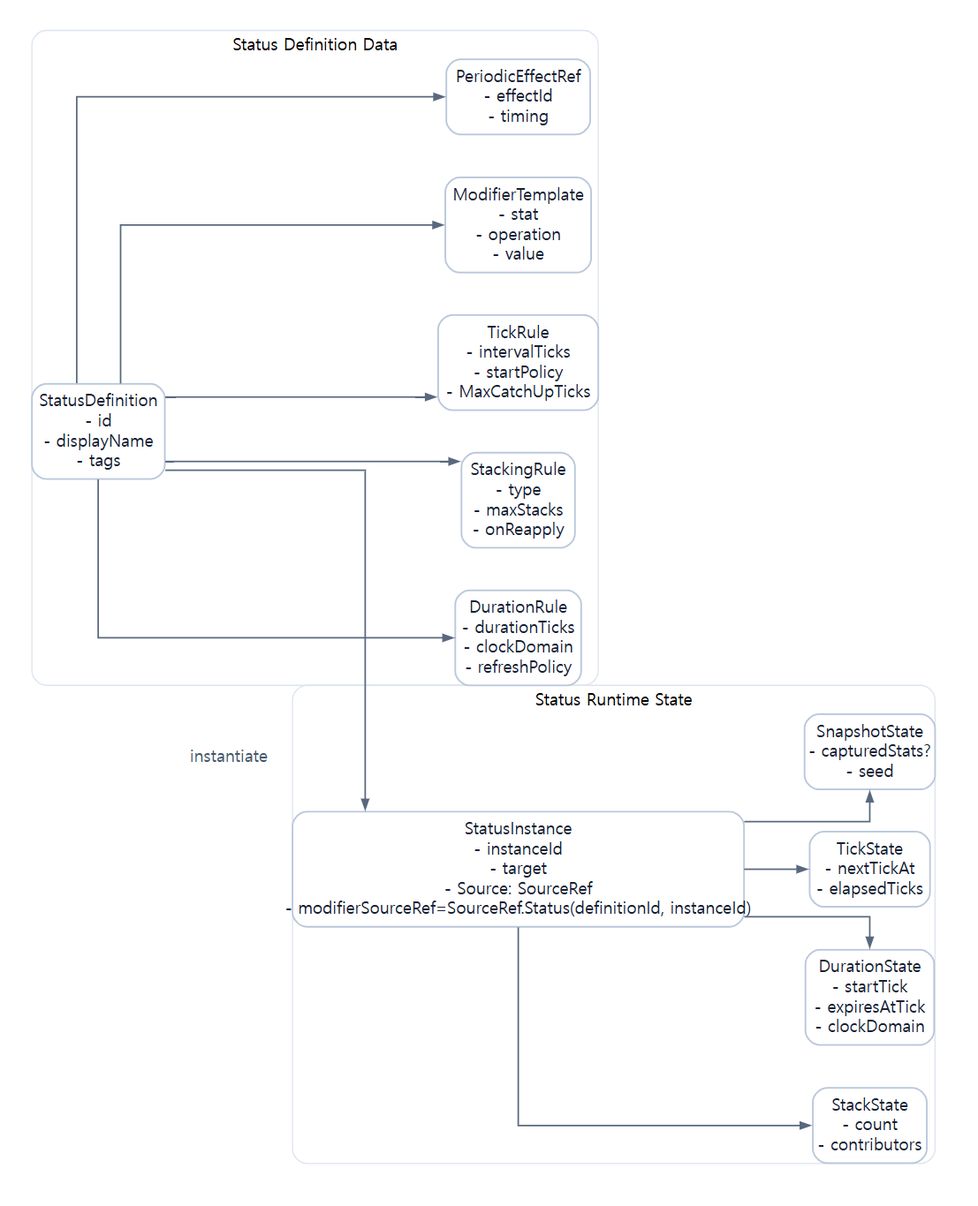
This is assets/diagrams/30_status_data_model_diagram.png from JY-LemongO/game-system-framework-knowledge-site, a Graphviz export, as it was before one commit. Its source is kept beside it as source/diagrams/30_status_data_model_diagram.dot.
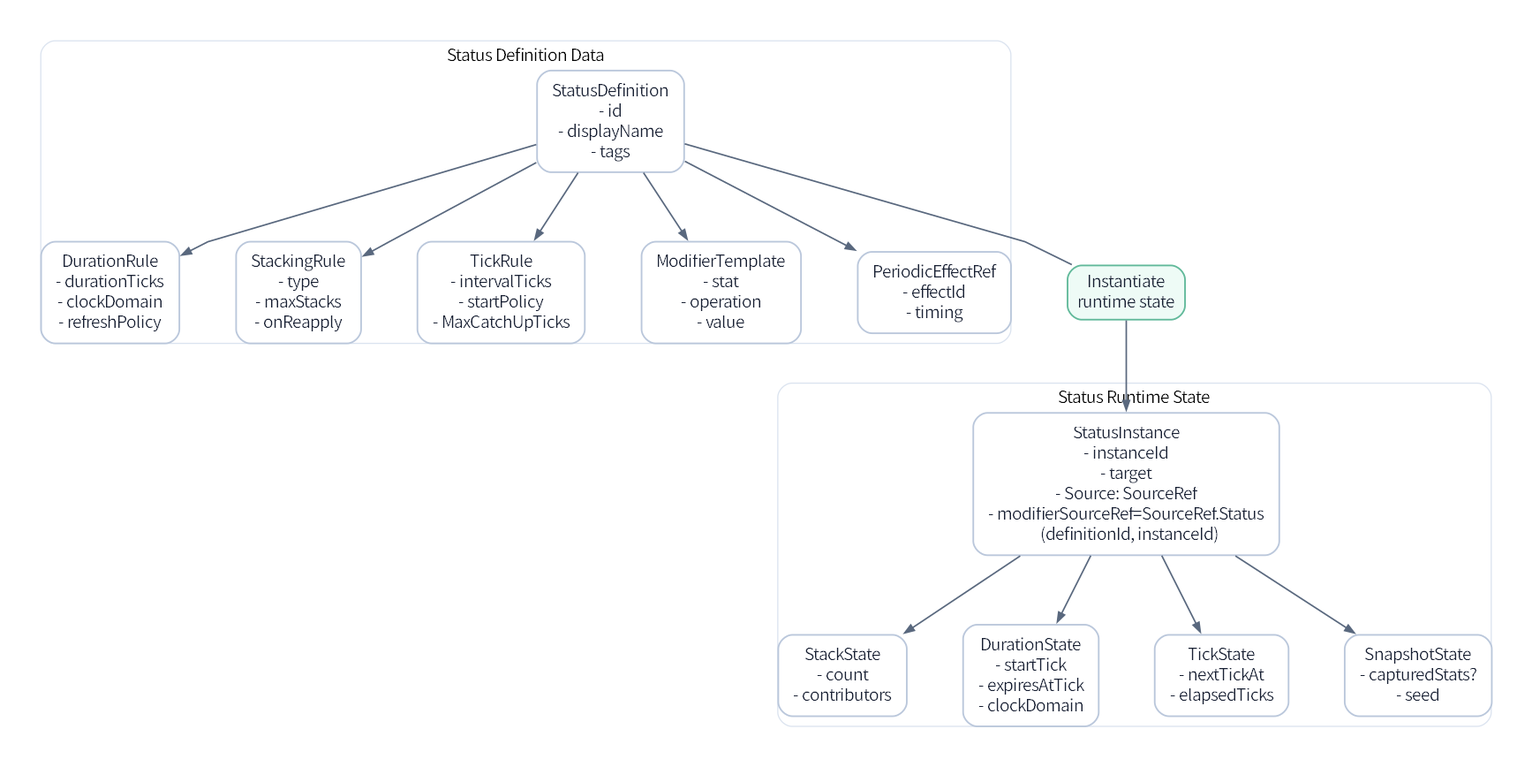
After the commit.

Diff of the diagram source:
```diff
@@ -1,8 +1,8 @@
 digraph G {
-  graph [fontname="Noto Sans CJK KR", bgcolor="#ffffff", margin=0.12, pad=0.25, ranksep=0.70, nodesep=0.50];
-  node [fontname="Noto Sans CJK KR", shape=box, style="rounded,filled", color="#bac7db", penwidth=1.4, fillcolor="#ffffff", fontcolor="#182033", margin="0.14,0.09"];
-  edge [fontname="Noto Sans CJK KR", color="#59687e", fontcolor="#46566e", arrowsize=0.8, penwidth=1.3];
-  rankdir=LR; splines=ortho;
+  graph [fontname="Noto Sans KR", bgcolor="#ffffff", margin=0.12, pad=0.25, ranksep=0.82, nodesep=0.66];
+  node [fontname="Noto Sans KR", shape=box, style="rounded,filled", color="#bac7db", penwidth=1.4, fillcolor="#ffffff", fontcolor="#182033", margin="0.18,0.12"];
+  edge [fontname="Noto Sans KR", color="#59687e", fontcolor="#46566e", arrowsize=0.8, penwidth=1.3];
+  rankdir=TB; splines=polyline;
   subgraph cluster_def { label="Status Definition Data"; color="#dbe3ef"; style="rounded";
     StatusDefinition [label="StatusDefinition
 - id
@@ -33,7 +33,8 @@
 - instanceId
 - target
 - Source: SourceRef
-- modifierSourceRef=SourceRef.Status(definitionId, instanceId)"];
+- modifierSourceRef=SourceRef.Status
+  (definitionId, instanceId)"];
     StackState [label="StackState
 - count
 - contributors"];
@@ -53,7 +54,10 @@
   StatusDefinition -> TickRule;
   StatusDefinition -> ModifierTemplate;
   StatusDefinition -> PeriodicEffectRef;
-  StatusDefinition -> StatusInstance [label="instantiate"];
+  Instantiation [label="Instantiate\nruntime state", fillcolor="#eefbf6", color="#61b99a", margin="0.12,0.08"];
+
+  StatusDefinition -> Instantiation [arrowhead=none];
+  Instantiation -> StatusInstance;
   StatusInstance -> StackState;
   StatusInstance -> DurationState;
   StatusInstance -> TickState;
```
